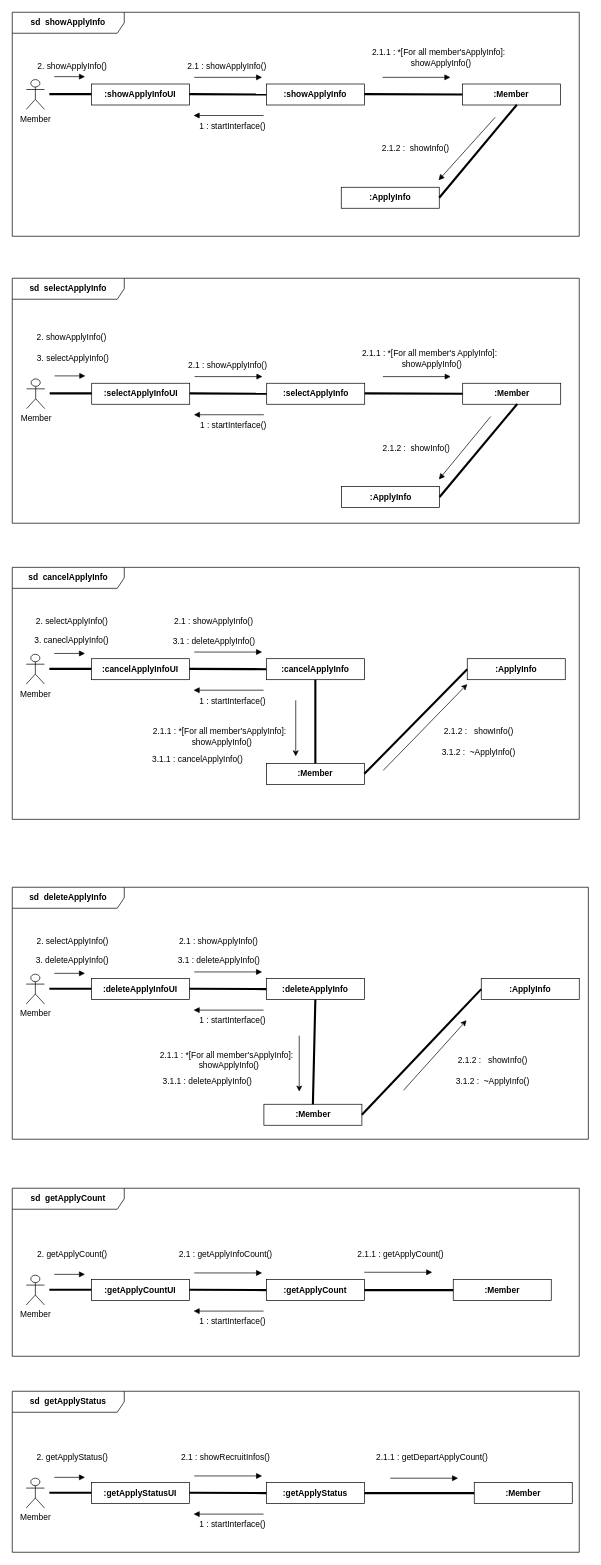
Earlier version of the draw.io diagram page "communication_diagram" (2 of 4) of classDiagram.drawio (hjee02018/UML). Source tidied: cells renumbered, new cells numbered last; positions are measured from the earlier drawing's top-left corner, leaving out a move shared by most shapes. Both pictures are drawn from the tidied source at 70%, with x=0, y=0 at pixel (12, 12).
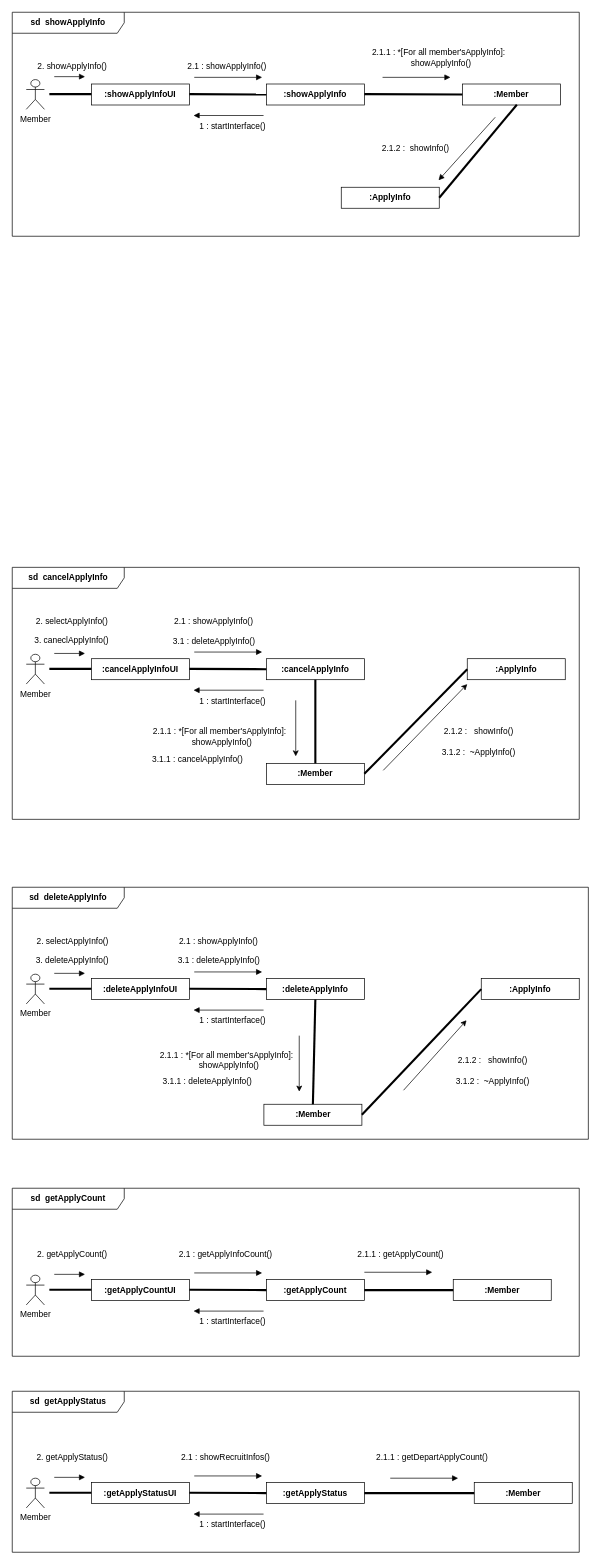
After the change.

What changed in the source:
```diff
@@
-    <mxCell id="86" value="&lt;b&gt;sd&amp;nbsp; selectApplyInfo&lt;/b&gt;" style="shape=umlFrame;whiteSpace=wrap;html=1;width=160;" parent="1" vertex="1">
-      <mxGeometry y="380" width="810" height="350" as="geometry" />
-    </mxCell>
-    <mxCell id="87" value="Member" style="shape=umlActor;verticalLabelPosition=bottom;verticalAlign=top;html=1;" parent="86" vertex="1">
-      <mxGeometry x="20.5" y="143.8" width="26" height="42.5" as="geometry" />
-    </mxCell>
-    <mxCell id="88" value=":&lt;b style=&quot;border-color: var(--border-color);&quot;&gt;selectApplyInfo&lt;/b&gt;UI" style="fontStyle=1;whiteSpace=wrap;html=1;" parent="86" vertex="1">
-      <mxGeometry x="113.5" y="150" width="140" height="30" as="geometry" />
-    </mxCell>
-    <mxCell id="89" value=":Member" style="fontStyle=1;whiteSpace=wrap;html=1;" parent="86" vertex="1">
-      <mxGeometry x="643.5" y="150" width="140" height="30" as="geometry" />
-    </mxCell>
-    <mxCell id="90" value=":&lt;b style=&quot;border-color: var(--border-color);&quot;&gt;selectApplyInfo&lt;/b&gt;" style="fontStyle=1;whiteSpace=wrap;html=1;" parent="86" vertex="1">
-      <mxGeometry x="363.5" y="150" width="140" height="30" as="geometry" />
-    </mxCell>
-    <mxCell id="91" style="endArrow=none;startArrow=none;endFill=0;startFill=0;endSize=8;html=1;verticalAlign=bottom;labelBackgroundColor=none;strokeWidth=3;rounded=0;" parent="86" edge="1">
-      <mxGeometry relative="1" as="geometry">
-        <mxPoint x="53.5" y="164.5" as="sourcePoint" />
-        <mxPoint x="113.5" y="164.5" as="targetPoint" />
-      </mxGeometry>
-    </mxCell>
-    <mxCell id="92" style="endArrow=none;startArrow=none;endFill=0;startFill=0;endSize=8;html=1;verticalAlign=bottom;labelBackgroundColor=none;strokeWidth=3;rounded=0;entryX=0;entryY=0.5;entryDx=0;entryDy=0;" parent="86" edge="1" target="90">
-      <mxGeometry relative="1" as="geometry">
-        <mxPoint x="253.5" y="164.5" as="sourcePoint" />
-      </mxGeometry>
-    </mxCell>
-    <mxCell id="93" style="endArrow=none;startArrow=none;endFill=0;startFill=0;endSize=8;html=1;verticalAlign=bottom;labelBackgroundColor=none;strokeWidth=3;rounded=0;entryX=0;entryY=0.5;entryDx=0;entryDy=0;" parent="86" edge="1" target="89">
-      <mxGeometry relative="1" as="geometry">
-        <mxPoint x="503.5" y="164.5" as="sourcePoint" />
-      </mxGeometry>
-    </mxCell>
-    <mxCell id="94" style="html=1;verticalAlign=bottom;labelBackgroundColor=none;endArrow=block;endFill=1;rounded=0;" parent="86" edge="1">
-      <mxGeometry relative="1" as="geometry">
-        <mxPoint x="60.5" y="139.5" as="sourcePoint" />
-        <mxPoint x="104.5" y="139.5" as="targetPoint" />
-      </mxGeometry>
-    </mxCell>
-    <mxCell id="95" style="html=1;verticalAlign=bottom;labelBackgroundColor=none;endArrow=block;endFill=1;rounded=0;" parent="86" edge="1">
-      <mxGeometry relative="1" as="geometry">
-        <mxPoint x="260.5" y="140.5" as="sourcePoint" />
-        <mxPoint x="357.5" y="140.5" as="targetPoint" />
-      </mxGeometry>
-    </mxCell>
-    <mxCell id="96" style="html=1;verticalAlign=bottom;labelBackgroundColor=none;endArrow=block;endFill=1;rounded=0;" parent="86" edge="1">
-      <mxGeometry relative="1" as="geometry">
-        <mxPoint x="529.5" y="140.5" as="sourcePoint" />
-        <mxPoint x="626.5" y="140.5" as="targetPoint" />
-      </mxGeometry>
-    </mxCell>
-    <mxCell id="97" style="html=1;verticalAlign=bottom;labelBackgroundColor=none;endArrow=block;endFill=1;rounded=0;" parent="86" edge="1">
-      <mxGeometry relative="1" as="geometry">
-        <mxPoint x="359.5" y="195" as="sourcePoint" />
-        <mxPoint x="259.5" y="195" as="targetPoint" />
-      </mxGeometry>
-    </mxCell>
-    <mxCell id="98" value="1 : startInterface()" style="text;html=1;strokeColor=none;fillColor=none;align=center;verticalAlign=middle;whiteSpace=wrap;rounded=0;" parent="86" vertex="1">
-      <mxGeometry x="240.5" y="195" width="150" height="30" as="geometry" />
-    </mxCell>
-    <mxCell id="99" value="2. showApplyInfo()" style="text;html=1;strokeColor=none;fillColor=none;align=center;verticalAlign=middle;whiteSpace=wrap;rounded=0;" parent="86" vertex="1">
-      <mxGeometry x="9.5" y="70" width="150" height="30" as="geometry" />
-    </mxCell>
-    <mxCell id="100" value="2.1 : showApplyInfo()" style="text;html=1;strokeColor=none;fillColor=none;align=center;verticalAlign=middle;whiteSpace=wrap;rounded=0;" parent="86" vertex="1">
-      <mxGeometry x="232.5" y="110" width="150" height="30" as="geometry" />
-    </mxCell>
-    <mxCell id="101" value="2.1.1 : *[For all member's ApplyInfo]:&lt;br&gt;&amp;nbsp; showApplyInfo()" style="text;html=1;strokeColor=none;fillColor=none;align=center;verticalAlign=middle;whiteSpace=wrap;rounded=0;" parent="86" vertex="1">
-      <mxGeometry x="490" y="100" width="213" height="30" as="geometry" />
-    </mxCell>
-    <mxCell id="102" value=":ApplyInfo" style="fontStyle=1;whiteSpace=wrap;html=1;" parent="86" vertex="1">
-      <mxGeometry x="470.5" y="297.5" width="140" height="30" as="geometry" />
-    </mxCell>
-    <mxCell id="103" style="endArrow=none;startArrow=none;endFill=0;startFill=0;endSize=8;html=1;verticalAlign=bottom;labelBackgroundColor=none;strokeWidth=3;rounded=0;entryX=0.556;entryY=0.989;entryDx=0;entryDy=0;exitX=1;exitY=0.5;exitDx=0;exitDy=0;entryPerimeter=0;" parent="86" edge="1" source="102" target="89">
-      <mxGeometry relative="1" as="geometry" />
-    </mxCell>
-    <mxCell id="104" value="2.1.2 :&amp;nbsp; showInfo()" style="text;html=1;strokeColor=none;fillColor=none;align=center;verticalAlign=middle;whiteSpace=wrap;rounded=0;" parent="86" vertex="1">
-      <mxGeometry x="470.5" y="227.5" width="213" height="30" as="geometry" />
-    </mxCell>
-    <mxCell id="105" style="html=1;verticalAlign=bottom;labelBackgroundColor=none;endArrow=block;endFill=1;rounded=0;" parent="86" edge="1">
-      <mxGeometry relative="1" as="geometry">
-        <mxPoint x="683.5" y="197.5" as="sourcePoint" />
-        <mxPoint x="609.5" y="287.5" as="targetPoint" />
-      </mxGeometry>
-    </mxCell>
-    <mxCell id="106" value="3. selectApplyInfo()" style="text;html=1;strokeColor=none;fillColor=none;align=center;verticalAlign=middle;whiteSpace=wrap;rounded=0;" parent="86" vertex="1">
-      <mxGeometry x="11.5" y="100" width="150" height="30" as="geometry" />
-    </mxCell>
```
